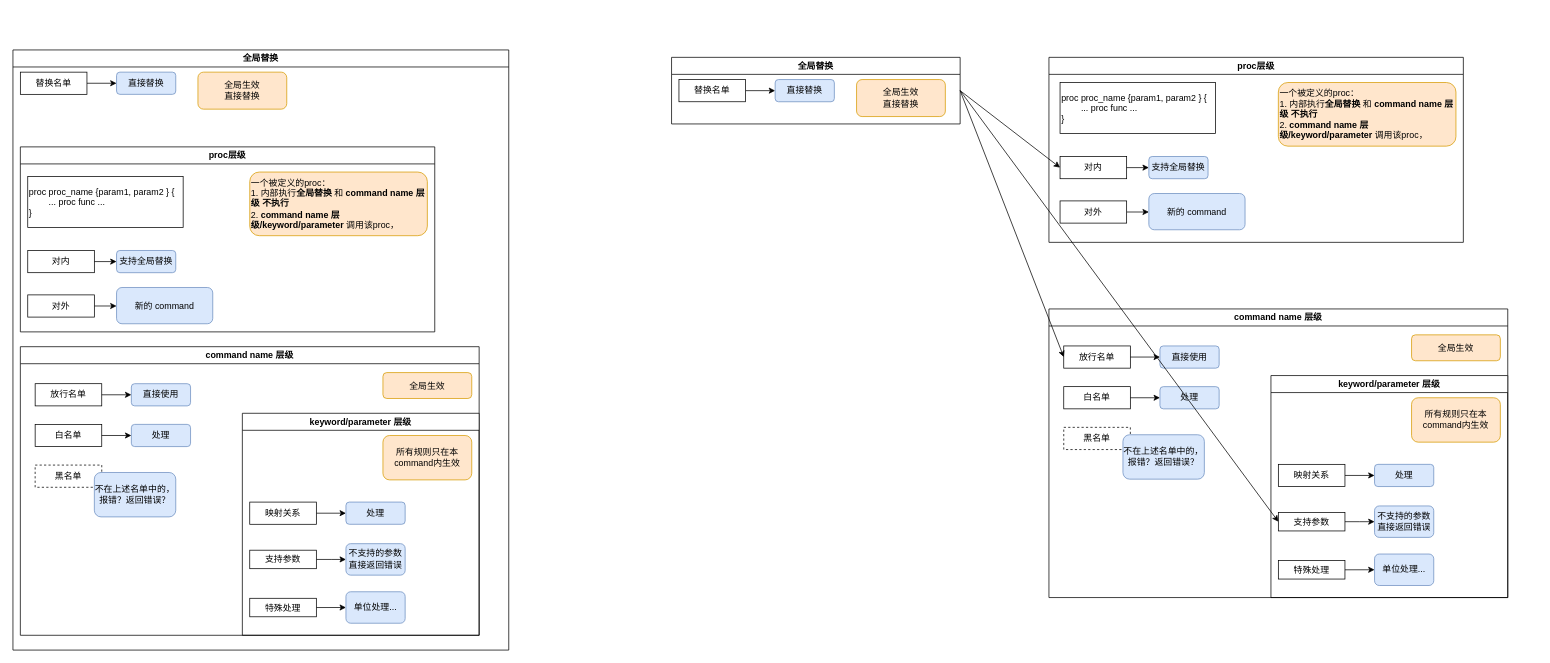
FicmillaR/drawio keeps this draw.io diagram as convert_gt_tcl.drawio. Above is the earlier version. Source tidied: cells renumbered, new cells numbered last; positions are measured from the earlier drawing's top-left corner, leaving out a move shared by most shapes. Both pictures are drawn from the tidied source at 74%, with x=0, y=0 at pixel (13, 50).
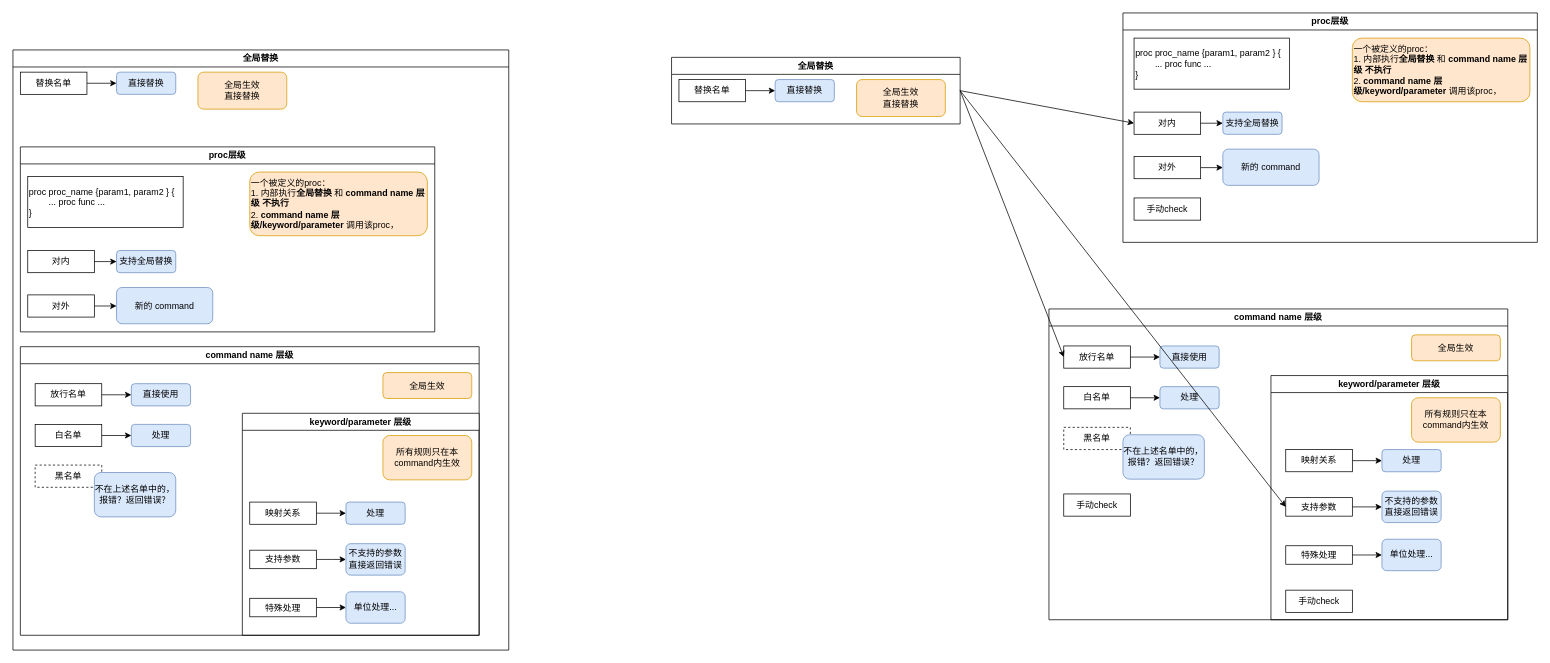
The same diagram, later.

The edit, as a diff of the source:
```diff
@@
     <mxCell id="38" value="command name 层级" style="swimlane;whiteSpace=wrap;html=1;" parent="1" vertex="1">
-      <mxGeometry x="1400" y="350" width="620" height="390" as="geometry" />
+      <mxGeometry x="1400" y="350" width="620" height="420" as="geometry" />
     </mxCell>
@@
     <mxCell id="43" value="keyword/parameter 层级" style="swimlane;whiteSpace=wrap;html=1;" parent="38" vertex="1">
-      <mxGeometry x="300" y="90" width="320" height="300" as="geometry" />
+      <mxGeometry x="300" y="90" width="320" height="330" as="geometry" />
     </mxCell>
@@
     <mxCell id="45" value="映射关系" style="rounded=0;whiteSpace=wrap;html=1;" parent="43" vertex="1">
-      <mxGeometry x="10" y="120" width="90" height="30" as="geometry" />
+      <mxGeometry x="20" y="100" width="90" height="30" as="geometry" />
     </mxCell>
     <mxCell id="46" value="处理" style="rounded=1;whiteSpace=wrap;html=1;fillColor=#dae8fc;strokeColor=#6c8ebf;" parent="43" vertex="1">
-      <mxGeometry x="140" y="120" width="80" height="30" as="geometry" />
+      <mxGeometry x="150" y="100" width="80" height="30" as="geometry" />
     </mxCell>
     <mxCell id="47" style="edgeStyle=orthogonalEdgeStyle;rounded=0;jettySize=auto;html=1;" parent="43" edge="1" source="48">
       <mxGeometry relative="1" as="geometry">
-        <mxPoint x="140" y="197.5" as="targetPoint" />
+        <mxPoint x="150" y="177.5" as="targetPoint" />
       </mxGeometry>
     </mxCell>
     <mxCell id="48" value="支持参数" style="rounded=0;whiteSpace=wrap;html=1;" parent="43" vertex="1">
-      <mxGeometry x="10" y="185" width="90" height="25" as="geometry" />
+      <mxGeometry x="20" y="165" width="90" height="25" as="geometry" />
     </mxCell>
     <mxCell id="49" value="不支持的参数直接返回错误" style="rounded=1;whiteSpace=wrap;html=1;fillColor=#dae8fc;strokeColor=#6c8ebf;" parent="43" vertex="1">
-      <mxGeometry x="140" y="176.2" width="80" height="42.5" as="geometry" />
+      <mxGeometry x="150" y="156.2" width="80" height="42.5" as="geometry" />
     </mxCell>
@@
     <mxCell id="51" value="特殊处理" style="rounded=0;whiteSpace=wrap;html=1;" parent="43" vertex="1">
-      <mxGeometry x="10" y="250" width="90" height="25" as="geometry" />
+      <mxGeometry x="20" y="230" width="90" height="25" as="geometry" />
     </mxCell>
     <mxCell id="52" value="单位处理..." style="rounded=1;whiteSpace=wrap;html=1;fillColor=#dae8fc;strokeColor=#6c8ebf;" parent="43" vertex="1">
-      <mxGeometry x="140" y="241.2" width="80" height="42.5" as="geometry" />
+      <mxGeometry x="150" y="221.2" width="80" height="42.5" as="geometry" />
     </mxCell>
@@
+    <mxCell id="78" value="手动check" style="rounded=0;whiteSpace=wrap;html=1;" parent="43" vertex="1">
+      <mxGeometry x="20" y="290" width="90" height="30" as="geometry" />
+    </mxCell>
@@
+    <mxCell id="79" value="手动check" style="rounded=0;whiteSpace=wrap;html=1;" parent="38" vertex="1">
+      <mxGeometry x="20" y="250" width="90" height="30" as="geometry" />
+    </mxCell>
@@
     <mxCell id="69" value="proc层级" style="swimlane;whiteSpace=wrap;html=1;" parent="1" vertex="1">
-      <mxGeometry x="1400" y="10" width="560" height="250" as="geometry" />
+      <mxGeometry x="1500" y="-50" width="560" height="310" as="geometry" />
     </mxCell>
@@
+    <mxCell id="80" value="手动check" style="rounded=0;whiteSpace=wrap;html=1;" parent="69" vertex="1">
+      <mxGeometry x="15" y="250" width="90" height="30" as="geometry" />
+    </mxCell>
```
